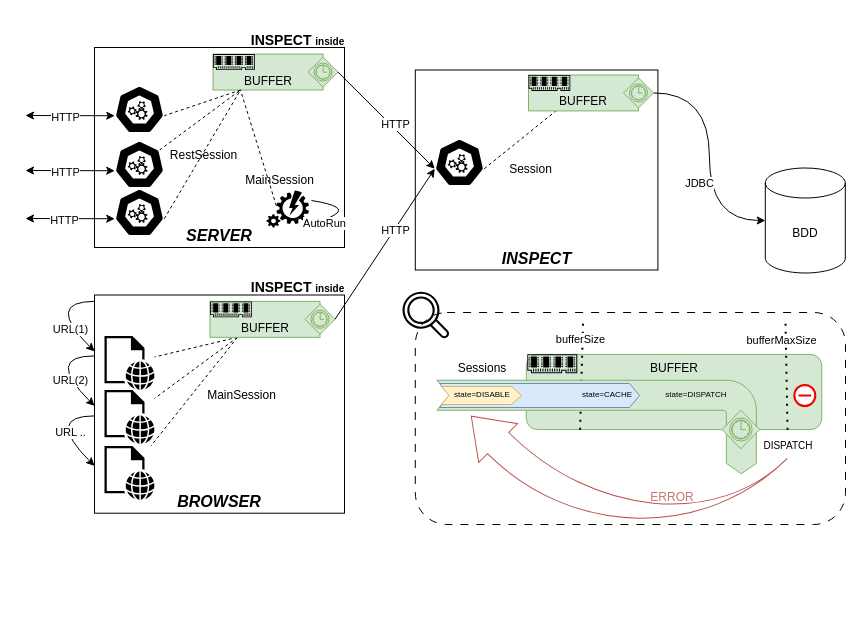
Before: page "buffer" (4 of 5) of doc/diagram/Diagramme sans nom.drawio in oneteme/inspect-core, a draw.io diagram. Source tidied: cells renumbered, new cells numbered last; positions are measured from the earlier drawing's top-left corner, leaving out a move shared by most shapes. Both pictures are drawn from the tidied source at 100%, with x=0, y=0 at pixel (25, 17).
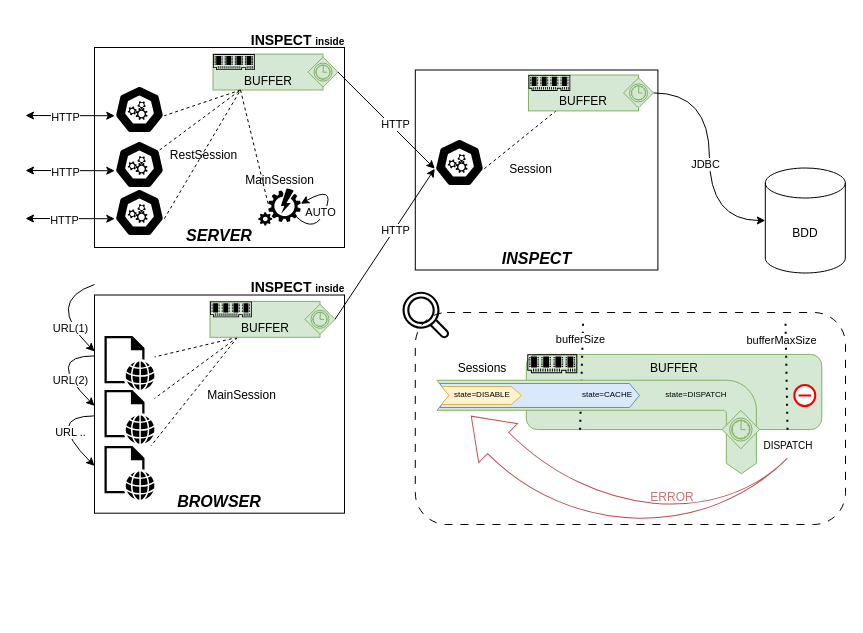
The same page after the edit.

The change refers to these unchanged cells:
```xml
<mxCell id="40" style="endArrow=classic;startArrow=none;html=1;rounded=0;entryX=0;entryY=0.5;entryDx=0;entryDy=0;entryPerimeter=0;startFill=0;edgeStyle=orthogonalEdgeStyle;curved=1;" parent="1" edge="1" source="70" target="18">
  <mxGeometry relative="1" as="geometry" />
</mxCell>
```

Change to the diagram source:
```diff
@@
     <mxCell id="41" value="JDBC" style="edgeLabel;html=1;align=center;verticalAlign=middle;" parent="40" vertex="1">
       <mxGeometry x="0.22" y="-1" relative="1" as="geometry">
-        <mxPoint x="-9" as="offset" />
+        <mxPoint x="-3" y="-19" as="offset" />
       </mxGeometry>
     </mxCell>
@@
     <mxCell id="57" style="curved=1;endArrow=none;html=1;rounded=0;endFill=0;startArrow=classic;startFill=1;" parent="1" edge="1">
       <mxGeometry relative="1" as="geometry">
         <mxPoint x="69" y="333.9" as="sourcePoint" />
-        <mxPoint x="69" y="283.9" as="targetPoint" />
+        <mxPoint x="69" y="267" as="targetPoint" />
         <Array as="points">
           <mxPoint x="69" y="333.9" />
           <mxPoint x="19" y="283.9" />
         </Array>
       </mxGeometry>
     </mxCell>
@@
     <mxCell id="59" style="verticalLabelPosition=bottom;html=1;verticalAlign=top;align=center;strokeColor=none;fillColor=#000000;shape=mxgraph.azure.automation;" parent="1" vertex="1">
-      <mxGeometry x="241" y="173" width="42.5" height="37" as="geometry" />
+      <mxGeometry x="232.8" y="171" width="42.5" height="37" as="geometry" />
     </mxCell>
@@
-    <mxCell id="61" style="curved=1;endArrow=none;html=1;rounded=0;endFill=0;startArrow=classic;startFill=1;" parent="1" edge="1">
+    <mxCell id="61" style="curved=1;endArrow=classic;html=1;rounded=0;endFill=1;startArrow=none;startFill=0;exitX=0.9;exitY=0.77;exitDx=0;exitDy=0;exitPerimeter=0;entryX=1;entryY=0.41;entryDx=0;entryDy=0;entryPerimeter=0;" parent="1" edge="1" source="59" target="59">
       <mxGeometry relative="1" as="geometry">
-        <mxPoint x="293.5" y="206" as="sourcePoint" />
-        <mxPoint x="286" y="183" as="targetPoint" />
         <Array as="points">
-          <mxPoint x="279" y="213" />
-          <mxPoint x="293.5" y="206" />
-          <mxPoint x="324" y="189" />
+          <mxPoint x="290" y="217" />
+          <mxPoint x="310" y="167" />
         </Array>
       </mxGeometry>
     </mxCell>
-    <mxCell id="62" value="AutoRun" style="edgeLabel;html=1;align=center;verticalAlign=middle;" parent="61" vertex="1">
-      <mxGeometry x="-0.44" y="2" relative="1" as="geometry">
-        <mxPoint x="8" as="offset" />
-      </mxGeometry>
-    </mxCell>
+    <mxCell id="77" value="AUTO" style="edgeLabel;html=1;align=center;verticalAlign=middle;" parent="61" vertex="1">
+      <mxGeometry x="0.07" relative="1" as="geometry">
+        <mxPoint x="-10" y="13" as="offset" />
+      </mxGeometry>
+    </mxCell>
```
